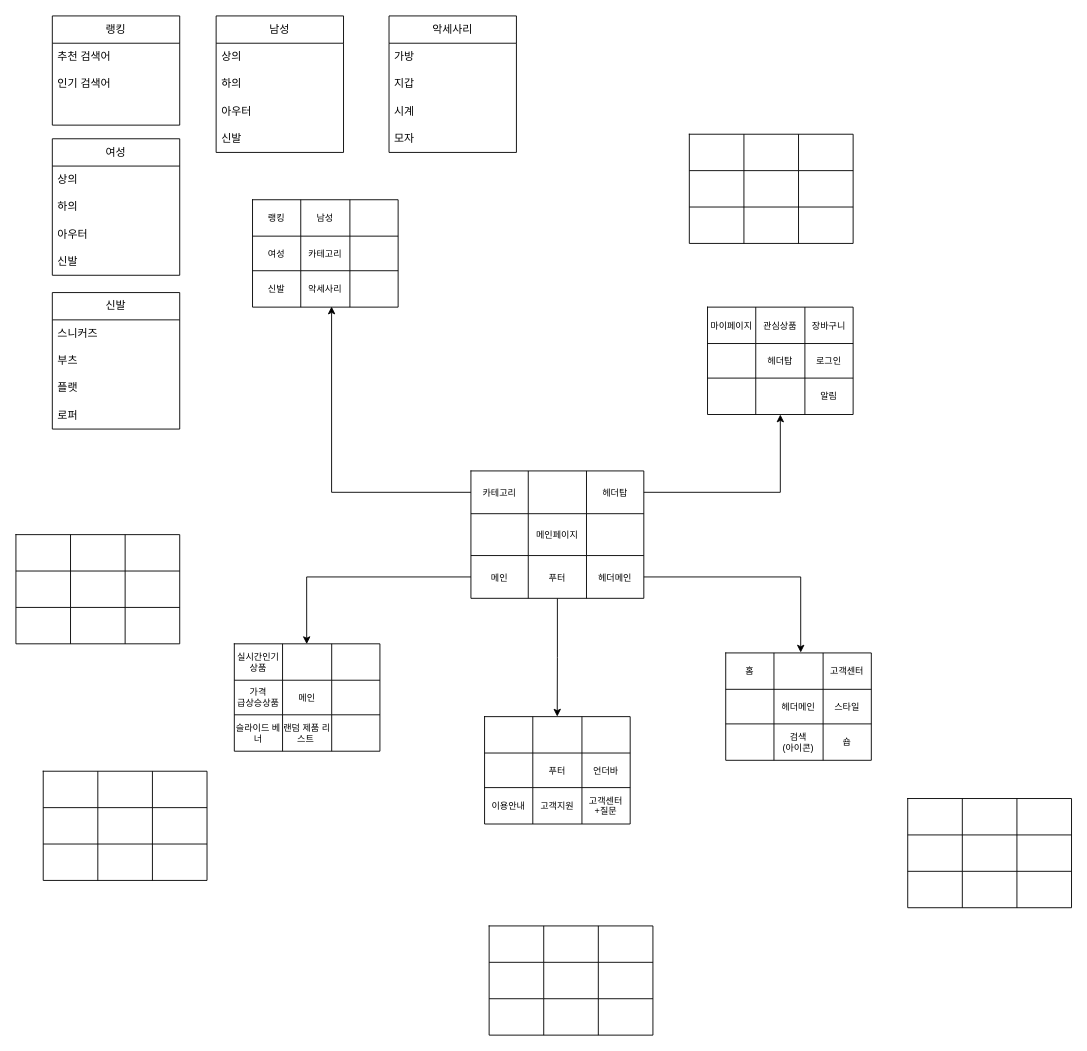
Before: T1순서도.drawio in wuuuugi/0619_test01, a draw.io diagram. Source tidied: cells renumbered, new cells numbered last; positions are measured from the earlier drawing's top-left corner, leaving out a move shared by most shapes. Both pictures are drawn from the tidied source at 91%, with x=0, y=0 at pixel (15, 15).
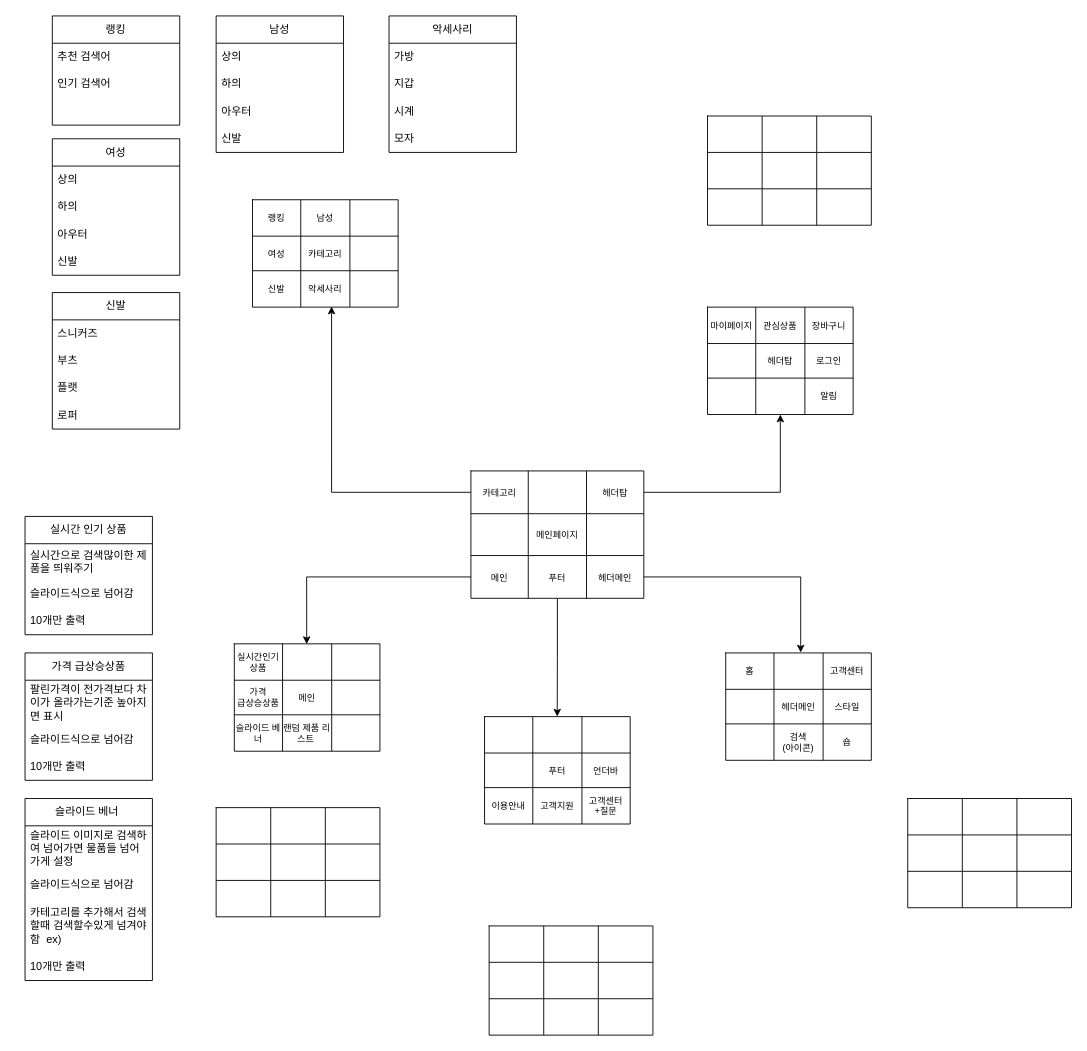
The same diagram, later.

Commit message (it also covers changes not shown here):
T1순서도.drawio 업데이트

Change to the diagram source:
```diff
@@
-    <mxCell id="85" style="shape=table;startSize=0;childLayout=tableLayout;fontSize=16;" parent="1" vertex="1">
-      <mxGeometry y="570" width="180" height="120" as="geometry" />
-    </mxCell>
-    <mxCell id="86" style="shape=tableRow;horizontal=0;startSize=0;swimlaneHead=0;swimlaneBody=0;strokeColor=inherit;top=0;left=0;bottom=0;right=0;fillColor=none;fontSize=16;" parent="85" vertex="1">
-      <mxGeometry width="180" height="40" as="geometry" />
-    </mxCell>
-    <mxCell id="87" style="shape=partialRectangle;html=1;whiteSpace=wrap;strokeColor=inherit;overflow=hidden;fillColor=none;top=0;left=0;bottom=0;right=0;fontSize=16;" parent="86" vertex="1">
-      <mxGeometry width="60" height="40" as="geometry" />
-    </mxCell>
-    <mxCell id="88" style="shape=partialRectangle;html=1;whiteSpace=wrap;strokeColor=inherit;overflow=hidden;fillColor=none;top=0;left=0;bottom=0;right=0;fontSize=16;" parent="86" vertex="1">
-      <mxGeometry x="60" width="60" height="40" as="geometry" />
-    </mxCell>
-    <mxCell id="89" style="shape=partialRectangle;html=1;whiteSpace=wrap;strokeColor=inherit;overflow=hidden;fillColor=none;top=0;left=0;bottom=0;right=0;fontSize=16;" parent="86" vertex="1">
-      <mxGeometry x="120" width="60" height="40" as="geometry" />
-    </mxCell>
-    <mxCell id="90" style="shape=tableRow;horizontal=0;startSize=0;swimlaneHead=0;swimlaneBody=0;strokeColor=inherit;top=0;left=0;bottom=0;right=0;fillColor=none;fontSize=16;" parent="85" vertex="1">
-      <mxGeometry y="40" width="180" height="40" as="geometry" />
-    </mxCell>
-    <mxCell id="91" style="shape=partialRectangle;html=1;whiteSpace=wrap;strokeColor=inherit;overflow=hidden;fillColor=none;top=0;left=0;bottom=0;right=0;fontSize=16;" parent="90" vertex="1">
-      <mxGeometry width="60" height="40" as="geometry" />
-    </mxCell>
-    <mxCell id="92" style="shape=partialRectangle;html=1;whiteSpace=wrap;strokeColor=inherit;overflow=hidden;fillColor=none;top=0;left=0;bottom=0;right=0;fontSize=16;" parent="90" vertex="1">
-      <mxGeometry x="60" width="60" height="40" as="geometry" />
-    </mxCell>
-    <mxCell id="93" style="shape=partialRectangle;html=1;whiteSpace=wrap;strokeColor=inherit;overflow=hidden;fillColor=none;top=0;left=0;bottom=0;right=0;fontSize=16;" parent="90" vertex="1">
-      <mxGeometry x="120" width="60" height="40" as="geometry" />
-    </mxCell>
-    <mxCell id="94" style="shape=tableRow;horizontal=0;startSize=0;swimlaneHead=0;swimlaneBody=0;strokeColor=inherit;top=0;left=0;bottom=0;right=0;fillColor=none;fontSize=16;" parent="85" vertex="1">
-      <mxGeometry y="80" width="180" height="40" as="geometry" />
-    </mxCell>
-    <mxCell id="95" style="shape=partialRectangle;html=1;whiteSpace=wrap;strokeColor=inherit;overflow=hidden;fillColor=none;top=0;left=0;bottom=0;right=0;fontSize=16;" parent="94" vertex="1">
-      <mxGeometry width="60" height="40" as="geometry" />
-    </mxCell>
-    <mxCell id="96" style="shape=partialRectangle;html=1;whiteSpace=wrap;strokeColor=inherit;overflow=hidden;fillColor=none;top=0;left=0;bottom=0;right=0;fontSize=16;" parent="94" vertex="1">
-      <mxGeometry x="60" width="60" height="40" as="geometry" />
-    </mxCell>
-    <mxCell id="97" style="shape=partialRectangle;html=1;whiteSpace=wrap;strokeColor=inherit;overflow=hidden;fillColor=none;top=0;left=0;bottom=0;right=0;fontSize=16;" parent="94" vertex="1">
-      <mxGeometry x="120" width="60" height="40" as="geometry" />
-    </mxCell>
     <mxCell id="98" style="shape=table;startSize=0;childLayout=tableLayout;fontSize=16;" parent="1" vertex="1">
-      <mxGeometry x="30" y="830" width="180" height="120" as="geometry" />
+      <mxGeometry x="220" y="870" width="180" height="120" as="geometry" />
     </mxCell>
@@
     <mxCell id="137" style="shape=table;startSize=0;childLayout=tableLayout;fontSize=16;" parent="1" vertex="1">
-      <mxGeometry x="740" y="130" width="180" height="120" as="geometry" />
+      <mxGeometry x="760" y="110" width="180" height="120" as="geometry" />
     </mxCell>
@@
+    <mxCell id="174" value="실시간 인기 상품" style="swimlane;fontStyle=0;horizontal=1;startSize=30;whiteSpace=wrap;html=1;" parent="1" vertex="1">
+      <mxGeometry x="10" y="550" width="140" height="130" as="geometry" />
+    </mxCell>
+    <mxCell id="175" value="실시간으로 검색많이한 제품을 띄워주기" style="text;strokeColor=none;fillColor=none;align=left;verticalAlign=middle;spacingLeft=4;spacingRight=4;overflow=hidden;whiteSpace=wrap;html=1;" parent="174" vertex="1">
+      <mxGeometry y="30" width="140" height="40" as="geometry" />
+    </mxCell>
+    <mxCell id="176" value="슬라이드식으로 넘어감" style="text;strokeColor=none;fillColor=none;align=left;verticalAlign=middle;spacingLeft=4;spacingRight=4;overflow=hidden;whiteSpace=wrap;html=1;" parent="174" vertex="1">
+      <mxGeometry y="70" width="140" height="30" as="geometry" />
+    </mxCell>
+    <mxCell id="177" value="10개만 출력" style="text;strokeColor=none;fillColor=none;align=left;verticalAlign=middle;spacingLeft=4;spacingRight=4;overflow=hidden;whiteSpace=wrap;html=1;" parent="174" vertex="1">
+      <mxGeometry y="100" width="140" height="30" as="geometry" />
+    </mxCell>
+    <mxCell id="178" value="가격 급상승상품" style="swimlane;fontStyle=0;horizontal=1;startSize=30;whiteSpace=wrap;html=1;" parent="1" vertex="1">
+      <mxGeometry x="10" y="700" width="140" height="140" as="geometry" />
+    </mxCell>
+    <mxCell id="179" value="팔린가격이 전가격보다 차이가 올라가는기준 높아지면 표시" style="text;strokeColor=none;fillColor=none;align=left;verticalAlign=middle;spacingLeft=4;spacingRight=4;overflow=hidden;whiteSpace=wrap;html=1;" parent="178" vertex="1">
+      <mxGeometry y="30" width="140" height="50" as="geometry" />
+    </mxCell>
+    <mxCell id="180" value="슬라이드식으로 넘어감" style="text;strokeColor=none;fillColor=none;align=left;verticalAlign=middle;spacingLeft=4;spacingRight=4;overflow=hidden;whiteSpace=wrap;html=1;" parent="178" vertex="1">
+      <mxGeometry y="80" width="140" height="30" as="geometry" />
+    </mxCell>
+    <mxCell id="181" value="10개만 출력" style="text;strokeColor=none;fillColor=none;align=left;verticalAlign=middle;spacingLeft=4;spacingRight=4;overflow=hidden;whiteSpace=wrap;html=1;" parent="178" vertex="1">
+      <mxGeometry y="110" width="140" height="30" as="geometry" />
+    </mxCell>
+    <mxCell id="182" value="슬라이드 베너&amp;nbsp;" style="swimlane;fontStyle=0;horizontal=1;startSize=30;whiteSpace=wrap;html=1;" parent="1" vertex="1">
+      <mxGeometry x="10" y="860" width="140" height="200" as="geometry" />
+    </mxCell>
+    <mxCell id="183" value="슬라이드 이미지로 검색하여 넘어가면 물품들 넘어가게 설정&amp;nbsp;" style="text;strokeColor=none;fillColor=none;align=left;verticalAlign=middle;spacingLeft=4;spacingRight=4;overflow=hidden;whiteSpace=wrap;html=1;" parent="182" vertex="1">
+      <mxGeometry y="30" width="140" height="50" as="geometry" />
+    </mxCell>
+    <mxCell id="184" value="슬라이드식으로 넘어감" style="text;strokeColor=none;fillColor=none;align=left;verticalAlign=middle;spacingLeft=4;spacingRight=4;overflow=hidden;whiteSpace=wrap;html=1;" parent="182" vertex="1">
+      <mxGeometry y="80" width="140" height="30" as="geometry" />
+    </mxCell>
+    <mxCell id="185" value="카테고리를 추가해서 검색할때 검색할수있게 넘겨야함&amp;nbsp; ex)" style="text;strokeColor=none;fillColor=none;align=left;verticalAlign=middle;spacingLeft=4;spacingRight=4;overflow=hidden;whiteSpace=wrap;html=1;" parent="182" vertex="1">
+      <mxGeometry y="110" width="140" height="60" as="geometry" />
+    </mxCell>
+    <mxCell id="186" value="10개만 출력" style="text;strokeColor=none;fillColor=none;align=left;verticalAlign=middle;spacingLeft=4;spacingRight=4;overflow=hidden;whiteSpace=wrap;html=1;" parent="182" vertex="1">
+      <mxGeometry y="170" width="140" height="30" as="geometry" />
+    </mxCell>
```
